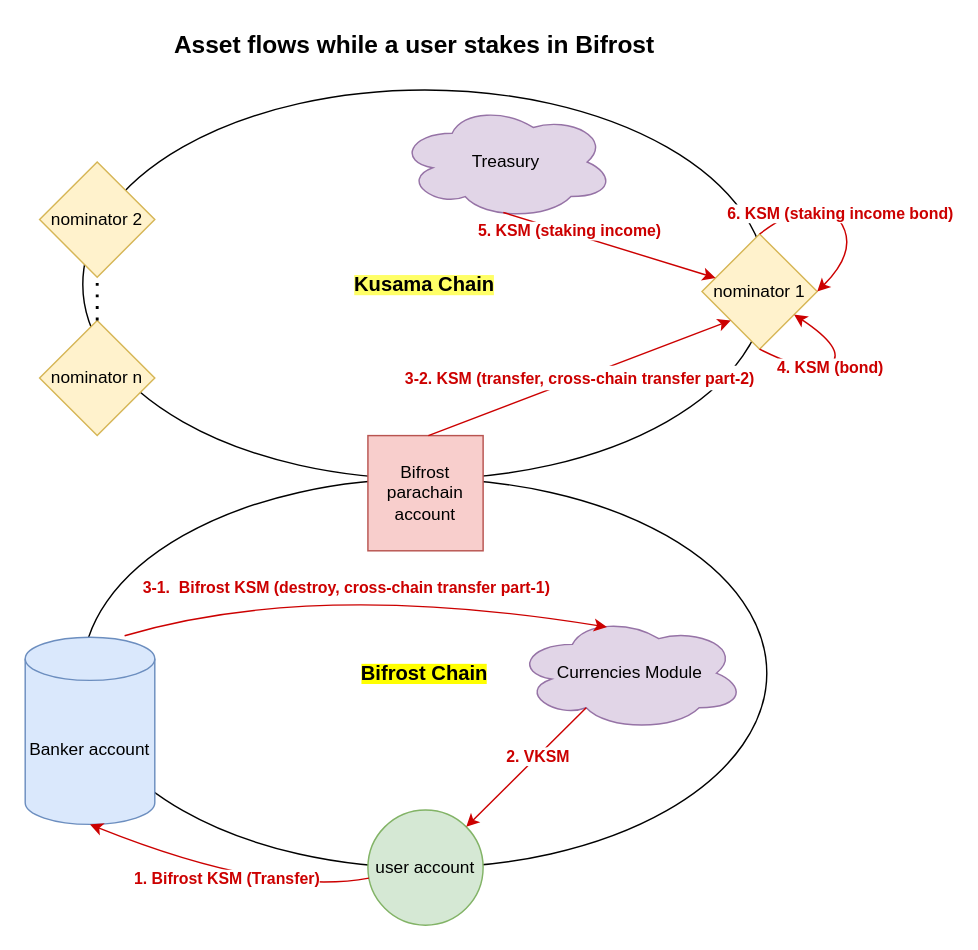
herryho/flowchars keeps this draw.io diagram as Untitled Diagram.drawio. Above is the earlier version. Source tidied: cells renumbered, new cells numbered last; positions are measured from the earlier drawing's top-left corner, leaving out a move shared by most shapes. Both pictures are drawn from the tidied source at 144%, with x=0, y=0 at pixel (24, 24).
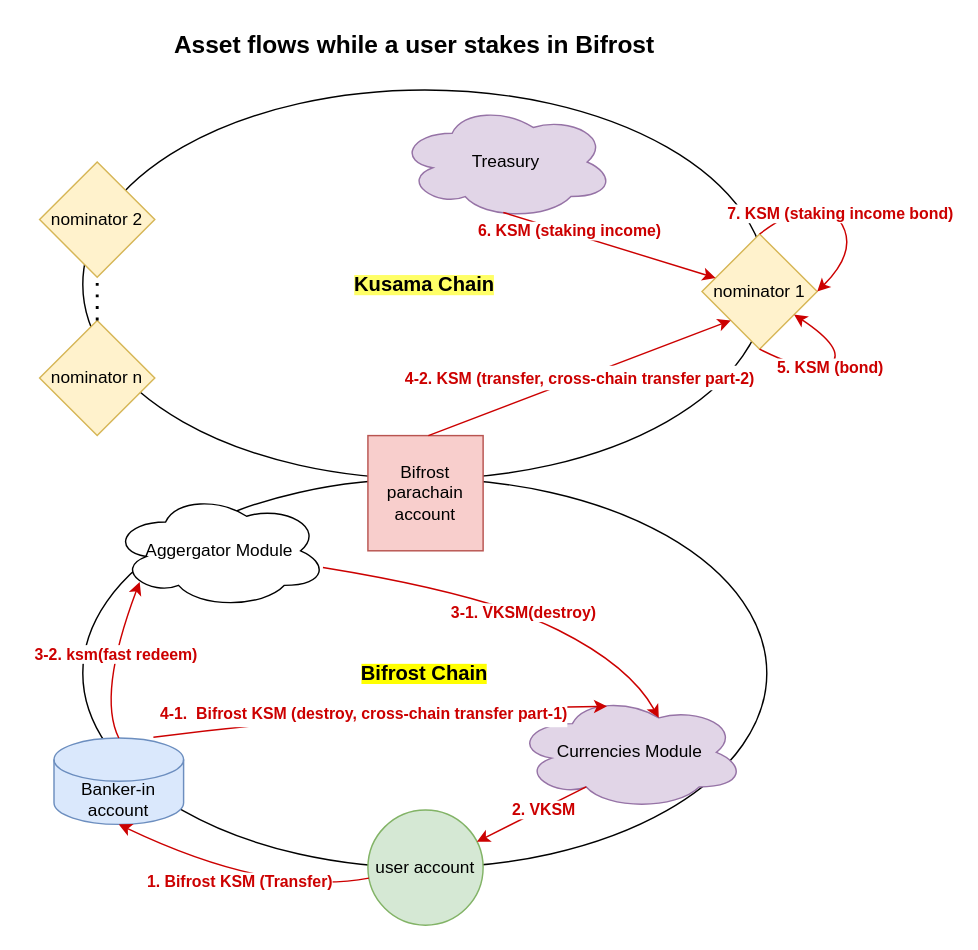
The same diagram, later.

Commit message:
Update user-stake Diagram.drawio

Unchanged cells that the change refers to:
```xml
<mxCell id="5" value="nominator 1" style="rhombus;whiteSpace=wrap;html=1;fillColor=#fff2cc;strokeColor=#d6b656;" parent="1" vertex="1">
  <mxGeometry x="470" y="145" width="80" height="80" as="geometry" />
</mxCell>
<mxCell id="14" style="endArrow=classic;html=1;rounded=0;fontSize=11;fontColor=#CC0000;strokeColor=#CC0000;exitX=0.487;exitY=0.938;exitDx=0;exitDy=0;exitPerimeter=0;" parent="1" edge="1" source="10" target="5">
  <mxGeometry relative="1" as="geometry" />
</mxCell>
<mxCell id="17" style="curved=1;endArrow=classic;html=1;rounded=0;fontSize=11;fontColor=#CC0000;strokeColor=#CC0000;exitX=0.5;exitY=1;exitDx=0;exitDy=0;" parent="1" edge="1" source="5" target="5">
  <mxGeometry relative="1" as="geometry">
    <Array as="points">
      <mxPoint x="550" y="245" />
      <mxPoint x="570" y="225" />
    </Array>
  </mxGeometry>
</mxCell>
<mxCell id="19" style="curved=1;endArrow=classic;html=1;rounded=0;fontSize=11;fontColor=#CC0000;strokeColor=#CC0000;exitX=0.5;exitY=0;exitDx=0;exitDy=0;entryX=1;entryY=0.5;entryDx=0;entryDy=0;" parent="1" edge="1" source="5" target="5">
  <mxGeometry relative="1" as="geometry">
    <Array as="points">
      <mxPoint x="550" y="115" />
      <mxPoint x="580" y="155" />
    </Array>
  </mxGeometry>
</mxCell>
```

Diff of the diagram source:
```diff
@@
-    <mxCell id="8" value="Banker account" style="shape=cylinder3;whiteSpace=wrap;html=1;boundedLbl=1;backgroundOutline=1;size=15;fillColor=#dae8fc;strokeColor=#6c8ebf;" parent="1" vertex="1">
-      <mxGeometry y="425" width="90" height="130" as="geometry" />
+    <mxCell id="8" value="Banker-in account" style="shape=cylinder3;whiteSpace=wrap;html=1;boundedLbl=1;backgroundOutline=1;size=15;fillColor=#dae8fc;strokeColor=#6c8ebf;" parent="1" vertex="1">
+      <mxGeometry x="20" y="495" width="90" height="60" as="geometry" />
     </mxCell>
     <mxCell id="9" value="Currencies Module" style="ellipse;shape=cloud;whiteSpace=wrap;html=1;fillColor=#e1d5e7;strokeColor=#9673a6;" parent="1" vertex="1">
-      <mxGeometry x="340" y="410" width="160" height="80" as="geometry" />
+      <mxGeometry x="340" y="465" width="160" height="80" as="geometry" />
     </mxCell>
@@
-    <mxCell id="15" value="&lt;b&gt;5. KSM (staking income)&lt;/b&gt;" style="edgeLabel;html=1;align=center;verticalAlign=middle;fontSize=11;fontColor=#CC0000;" parent="14" vertex="1">
+    <mxCell id="15" value="&lt;b&gt;6. KSM (staking income)&lt;/b&gt;" style="edgeLabel;html=1;align=center;verticalAlign=middle;fontSize=11;fontColor=#CC0000;" parent="14" vertex="1">
       <mxGeometry x="-0.39" y="1" relative="1" as="geometry" />
     </mxCell>
-    <mxCell id="16" value="&lt;font color=&quot;#cc0000&quot; size=&quot;1&quot;&gt;&lt;b style=&quot;font-size: 11px&quot;&gt;3-2. KSM (transfer, cross-chain transfer part-2)&lt;/b&gt;&lt;/font&gt;" style="endArrow=classic;html=1;rounded=0;fontSize=14;fontColor=#FFFF66;strokeColor=#CC0000;entryX=0;entryY=1;entryDx=0;entryDy=0;" parent="1" edge="1" target="5">
+    <mxCell id="16" value="&lt;font color=&quot;#cc0000&quot; size=&quot;1&quot;&gt;&lt;b style=&quot;font-size: 11px&quot;&gt;4-2. KSM (transfer, cross-chain transfer part-2)&lt;/b&gt;&lt;/font&gt;" style="endArrow=classic;html=1;rounded=0;fontSize=14;fontColor=#FFFF66;strokeColor=#CC0000;entryX=0;entryY=1;entryDx=0;entryDy=0;" parent="1" edge="1" target="5">
       <mxGeometry relative="1" as="geometry">
         <mxPoint x="280" y="285" as="sourcePoint" />
       </mxGeometry>
     </mxCell>
@@
-    <mxCell id="18" value="&lt;b&gt;4. KSM (bond)&lt;/b&gt;" style="edgeLabel;html=1;align=center;verticalAlign=middle;fontSize=11;fontColor=#CC0000;" parent="17" vertex="1">
+    <mxCell id="18" value="&lt;b&gt;5. KSM (bond)&lt;/b&gt;" style="edgeLabel;html=1;align=center;verticalAlign=middle;fontSize=11;fontColor=#CC0000;" parent="17" vertex="1">
       <mxGeometry x="-0.04" y="-1" relative="1" as="geometry" />
     </mxCell>
@@
-    <mxCell id="20" value="6. KSM (staking income bond)" style="edgeLabel;html=1;align=center;verticalAlign=middle;fontSize=11;fontColor=#CC0000;fontStyle=1;" parent="19" vertex="1">
+    <mxCell id="20" value="7. KSM (staking income bond)" style="edgeLabel;html=1;align=center;verticalAlign=middle;fontSize=11;fontColor=#CC0000;fontStyle=1;" parent="19" vertex="1">
       <mxGeometry x="-0.01" y="3" relative="1" as="geometry" />
     </mxCell>
@@
     <mxCell id="24" style="curved=1;endArrow=classic;html=1;rounded=0;fontSize=17;fontColor=#000000;strokeColor=#CC0000;entryX=0.4;entryY=0.1;entryDx=0;entryDy=0;entryPerimeter=0;exitX=0.767;exitY=-0.008;exitDx=0;exitDy=0;exitPerimeter=0;" parent="1" edge="1" source="8" target="9">
       <mxGeometry relative="1" as="geometry">
         <Array as="points">
-          <mxPoint x="200" y="385" />
+          <mxPoint x="240" y="475" />
         </Array>
       </mxGeometry>
     </mxCell>
-    <mxCell id="25" value="&lt;b style=&quot;color: rgb(204 , 0 , 0) ; font-size: 11px&quot;&gt;3-1.&amp;nbsp; Bifrost KSM (destroy, cross-chain transfer part-1)&lt;/b&gt;" style="edgeLabel;html=1;align=center;verticalAlign=middle;fontSize=17;fontColor=#000000;" parent="24" vertex="1">
+    <mxCell id="25" value="&lt;b style=&quot;color: rgb(204 , 0 , 0) ; font-size: 11px&quot;&gt;4-1.&amp;nbsp; Bifrost KSM (destroy, cross-chain transfer part-1)&lt;/b&gt;" style="edgeLabel;html=1;align=center;verticalAlign=middle;fontSize=17;fontColor=#000000;" parent="24" vertex="1">
       <mxGeometry x="-0.07" y="-1" relative="1" as="geometry" />
     </mxCell>
+    <mxCell id="26" value="Aggergator Module" style="ellipse;shape=cloud;whiteSpace=wrap;html=1;" parent="1" vertex="1">
+      <mxGeometry x="60" y="325" width="150" height="80" as="geometry" />
+    </mxCell>
+    <mxCell id="27" style="curved=1;endArrow=classic;html=1;rounded=0;exitX=0.5;exitY=0;exitDx=0;exitDy=0;exitPerimeter=0;entryX=0.13;entryY=0.77;entryDx=0;entryDy=0;entryPerimeter=0;strokeColor=#CC0000;" parent="1" edge="1" source="8" target="26">
+      <mxGeometry relative="1" as="geometry">
+        <Array as="points">
+          <mxPoint x="50" y="465" />
+        </Array>
+      </mxGeometry>
+    </mxCell>
+    <mxCell id="28" value="&lt;b&gt;3-2. ksm(fast redeem)&lt;/b&gt;" style="edgeLabel;html=1;align=center;verticalAlign=middle;fontColor=#CC0000;" parent="27" vertex="1">
+      <mxGeometry x="0.1" y="-2" relative="1" as="geometry" />
+    </mxCell>
+    <mxCell id="29" style="curved=1;endArrow=classic;html=1;rounded=0;strokeColor=#CC0000;entryX=0.625;entryY=0.2;entryDx=0;entryDy=0;entryPerimeter=0;" parent="1" edge="1" source="26" target="9">
+      <mxGeometry relative="1" as="geometry">
+        <Array as="points">
+          <mxPoint x="320" y="395" />
+          <mxPoint x="420" y="445" />
+        </Array>
+      </mxGeometry>
+    </mxCell>
+    <mxCell id="30" value="3-1. VKSM(destroy)" style="edgeLabel;html=1;align=center;verticalAlign=middle;fontColor=#CC0000;fontStyle=1;" parent="29" vertex="1">
+      <mxGeometry x="0.07" relative="1" as="geometry" />
+    </mxCell>
```
